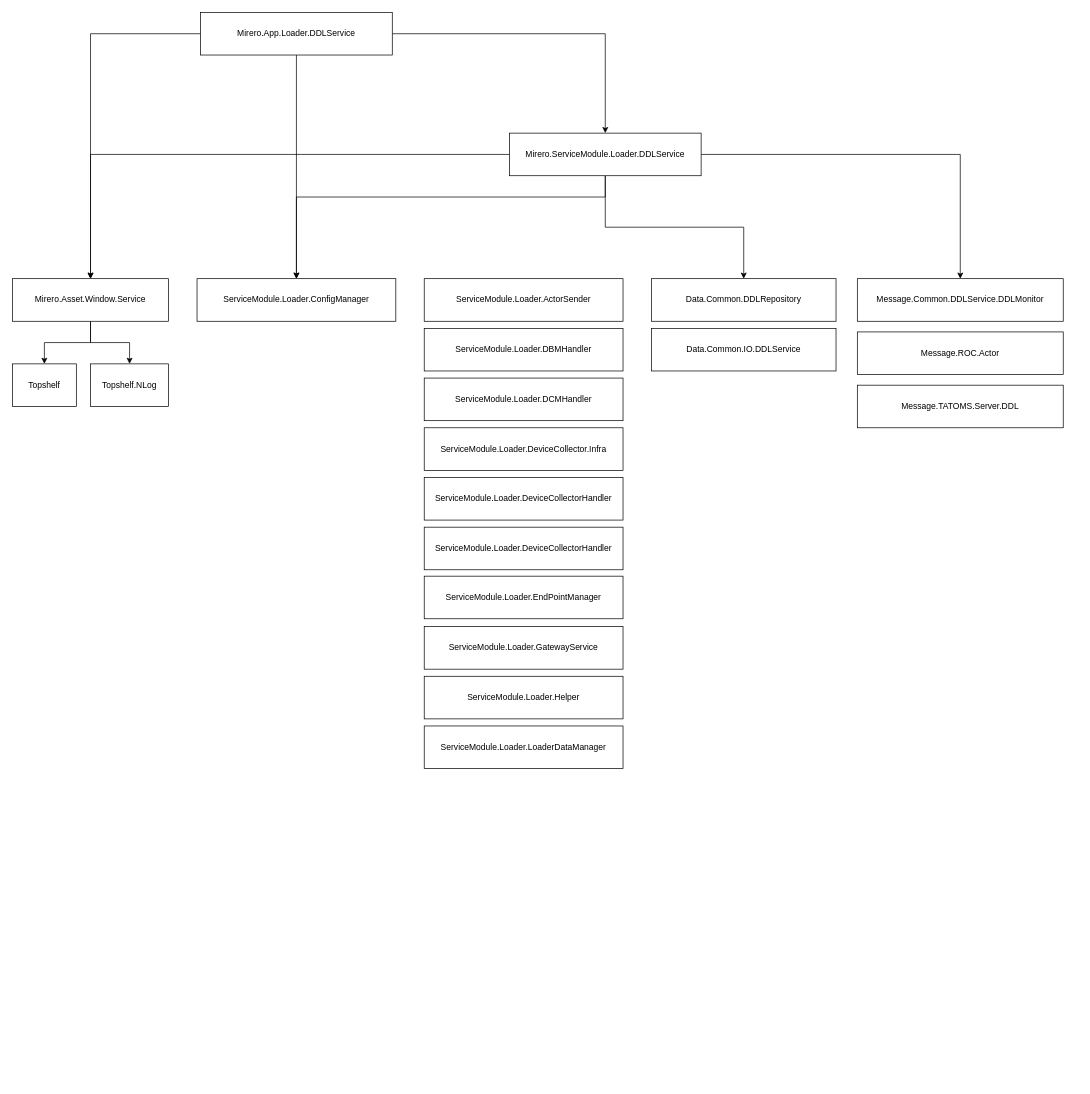
Above: UML/mirero/Loader.drawio in rhkdguskim/Study (draw.io), before the change. Source tidied: cells renumbered, new cells numbered last; positions are measured from the earlier drawing's top-left corner, leaving out a move shared by most shapes. Both pictures are drawn from the tidied source at 71%, with x=0, y=0 at pixel (12, 12).
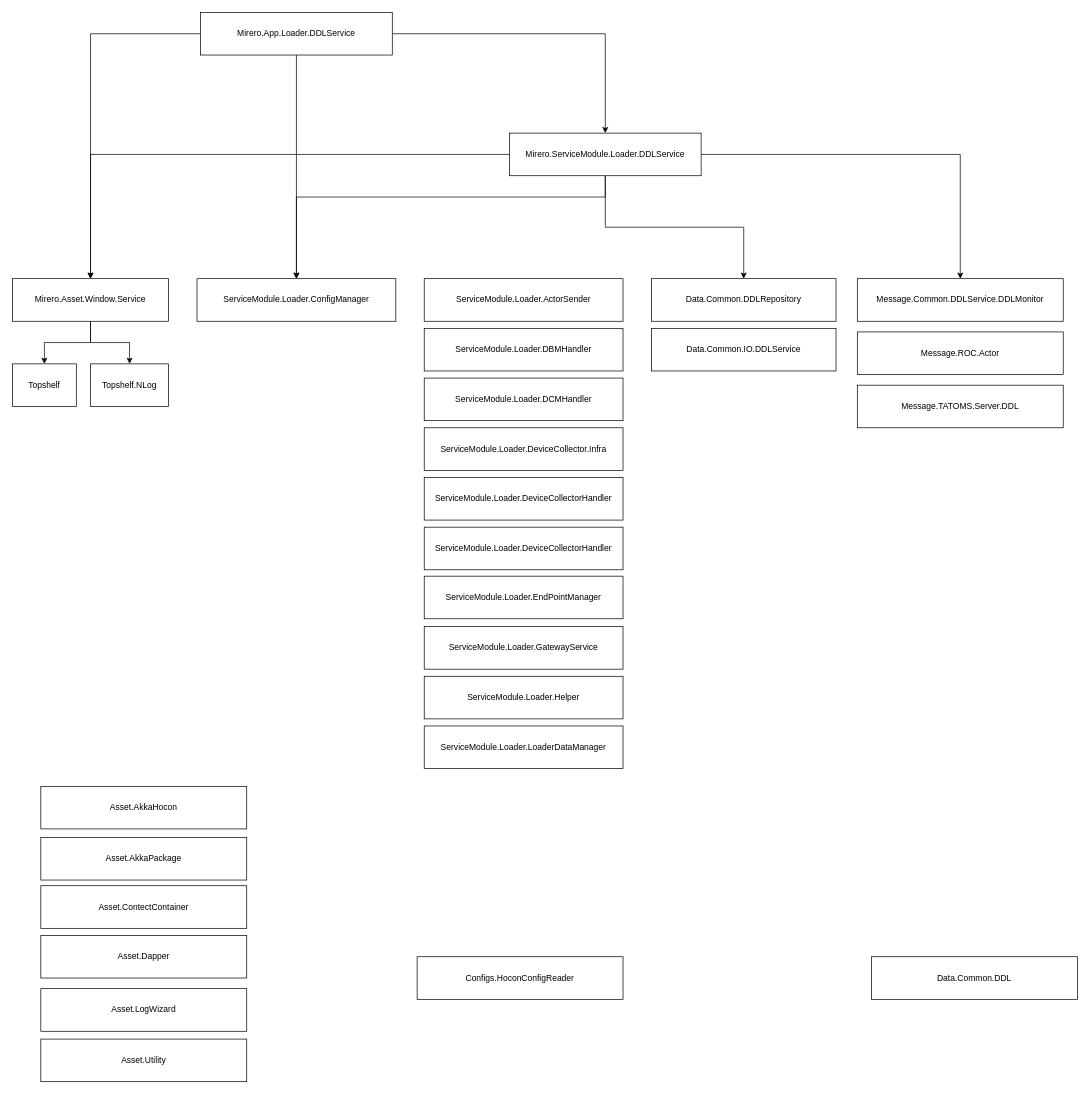
After the change.

Change to the diagram source:
```diff
@@
+    <mxCell id="32" value="Data.Common.DDL" style="rounded=0;whiteSpace=wrap;html=1;" parent="1" vertex="1">
+      <mxGeometry x="1210" y="1330" width="290" height="60" as="geometry" />
+    </mxCell>
+    <mxCell id="33" value="Configs.HoconConfigReader" style="rounded=0;whiteSpace=wrap;html=1;" parent="1" vertex="1">
+      <mxGeometry x="570" y="1330" width="290" height="60" as="geometry" />
+    </mxCell>
+    <mxCell id="34" value="Asset.Utility" style="rounded=0;whiteSpace=wrap;html=1;" parent="1" vertex="1">
+      <mxGeometry x="40" y="1446" width="290" height="60" as="geometry" />
+    </mxCell>
+    <mxCell id="35" value="Asset.LogWizard" style="rounded=0;whiteSpace=wrap;html=1;" parent="1" vertex="1">
+      <mxGeometry x="40" y="1375" width="290" height="60" as="geometry" />
+    </mxCell>
+    <mxCell id="36" value="Asset.Dapper" style="rounded=0;whiteSpace=wrap;html=1;" parent="1" vertex="1">
+      <mxGeometry x="40" y="1300" width="290" height="60" as="geometry" />
+    </mxCell>
+    <mxCell id="37" value="Asset.AkkaHocon" style="rounded=0;whiteSpace=wrap;html=1;" parent="1" vertex="1">
+      <mxGeometry x="40" y="1090" width="290" height="60" as="geometry" />
+    </mxCell>
+    <mxCell id="38" value="Asset.AkkaPackage" style="rounded=0;whiteSpace=wrap;html=1;" parent="1" vertex="1">
+      <mxGeometry x="40" y="1162" width="290" height="60" as="geometry" />
+    </mxCell>
+    <mxCell id="39" value="Asset.ContectContainer" style="rounded=0;whiteSpace=wrap;html=1;" parent="1" vertex="1">
+      <mxGeometry x="40" y="1230" width="290" height="60" as="geometry" />
+    </mxCell>
```
